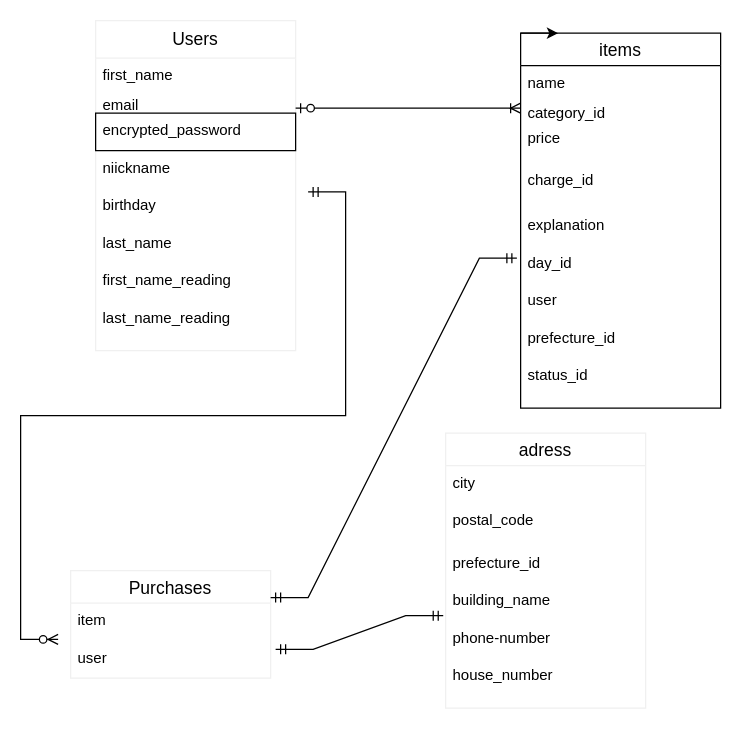
The draw.io diagram test.dio in 1090dopl/furima-37280, before the edit. Source tidied: cells renumbered, new cells numbered last; positions are measured from the earlier drawing's top-left corner, leaving out a move shared by most shapes. Both pictures are drawn from the tidied source at 125%, with x=0, y=0 at pixel (58, 20).
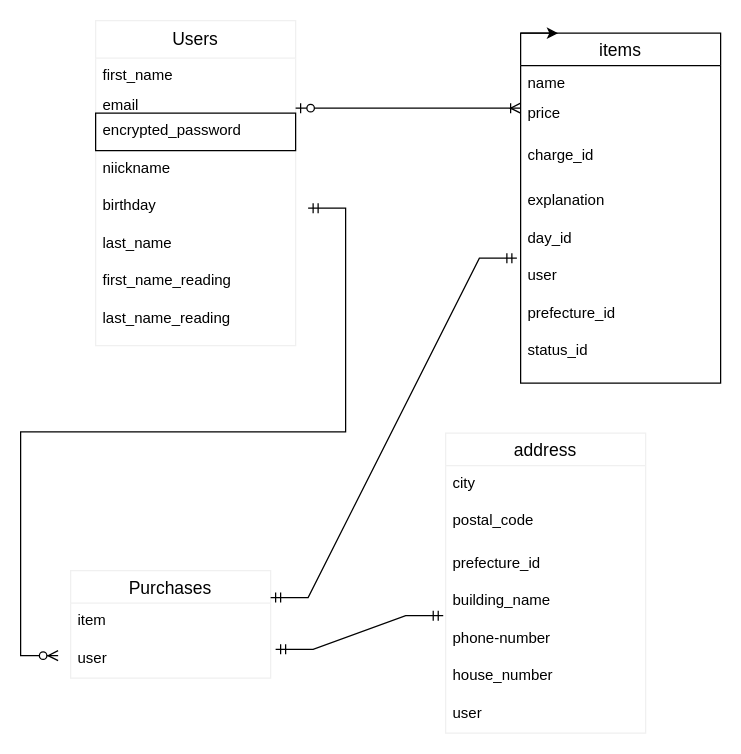
The same diagram, later.

What changed in the source:
```diff
@@
-    <mxCell id="5" value="adress" style="swimlane;fontStyle=0;horizontal=1;startSize=26;align=center;fontSize=14;strokeColor=#F0F0F0;strokeWidth=1;fillColor=none;" parent="1" vertex="1">
-      <mxGeometry x="310" y="330" width="160" height="220" as="geometry" />
+    <mxCell id="5" value="address" style="swimlane;fontStyle=0;horizontal=1;startSize=26;align=center;fontSize=14;strokeColor=#F0F0F0;strokeWidth=1;fillColor=none;" parent="1" vertex="1">
+      <mxGeometry x="310" y="330" width="160" height="240" as="geometry" />
     </mxCell>
@@
     <mxCell id="11" value="house_number" style="text;strokeColor=none;fillColor=none;spacingLeft=4;spacingRight=4;overflow=hidden;fontSize=12;" parent="5" vertex="1">
-      <mxGeometry y="180" width="160" height="40" as="geometry" />
+      <mxGeometry y="180" width="160" height="30" as="geometry" />
     </mxCell>
+    <mxCell id="36" value="user" style="text;strokeColor=none;fillColor=none;spacingLeft=4;spacingRight=4;overflow=hidden;fontSize=12;labelBackgroundColor=default;" parent="5" vertex="1">
+      <mxGeometry y="210" width="160" height="30" as="geometry" />
+    </mxCell>
     <mxCell id="12" value="Users&#10;" style="swimlane;fontStyle=0;horizontal=1;startSize=30;align=center;fontSize=14;strokeColor=#F0F0F0;strokeWidth=1;fillColor=none;verticalAlign=top;" parent="1" vertex="1">
-      <mxGeometry x="30" width="160" height="264" as="geometry" />
+      <mxGeometry x="30" width="160" height="260" as="geometry" />
     </mxCell>
@@
     <mxCell id="20" value="last_name_reading" style="text;strokeColor=none;fillColor=none;spacingLeft=4;spacingRight=4;overflow=hidden;fontSize=12;labelBackgroundColor=default;" parent="12" vertex="1">
-      <mxGeometry y="224" width="160" height="40" as="geometry" />
+      <mxGeometry y="224" width="160" height="36" as="geometry" />
     </mxCell>
-    <mxCell id="21" style="edgeStyle=entityRelationEdgeStyle;fontSize=12;html=1;endArrow=ERoneToMany;startArrow=ERzeroToOne;entryX=0;entryY=0.5;entryDx=0;entryDy=0;" parent="1" edge="1" target="25">
+    <mxCell id="21" style="edgeStyle=entityRelationEdgeStyle;fontSize=12;html=1;endArrow=ERoneToMany;startArrow=ERzeroToOne;entryX=0;entryY=0.5;entryDx=0;entryDy=0;" parent="1" edge="1">
       <mxGeometry relative="1" as="geometry">
         <mxPoint x="190" y="70" as="sourcePoint" />
+        <mxPoint x="370" y="70" as="targetPoint" />
       </mxGeometry>
     </mxCell>
@@
     <mxCell id="23" value="items" style="swimlane;fontStyle=0;horizontal=1;startSize=26;align=center;fontSize=14;labelBackgroundColor=default;strokeColor=default;strokeWidth=1;fillColor=none;" parent="1" vertex="1">
-      <mxGeometry x="370" y="10" width="160" height="300" as="geometry" />
+      <mxGeometry x="370" y="10" width="160" height="280" as="geometry" />
     </mxCell>
@@
-    <mxCell id="25" value="category_id" style="text;strokeColor=none;fillColor=none;spacingLeft=4;spacingRight=4;overflow=hidden;points=[[0,0.5],[1,0.5]];portConstraint=eastwest;fontSize=12;labelBackgroundColor=default;" parent="23" vertex="1">
-      <mxGeometry y="50" width="160" height="20" as="geometry" />
-    </mxCell>
     <mxCell id="26" value="price" style="text;strokeColor=none;fillColor=none;spacingLeft=4;spacingRight=4;overflow=hidden;fontSize=12;labelBackgroundColor=default;" parent="23" vertex="1">
-      <mxGeometry y="70" width="160" height="34" as="geometry" />
+      <mxGeometry y="50" width="160" height="34" as="geometry" />
     </mxCell>
     <mxCell id="27" value="charge_id&#10;" style="text;strokeColor=none;fillColor=none;spacingLeft=4;spacingRight=4;overflow=hidden;fontSize=12;labelBackgroundColor=default;" parent="23" vertex="1">
-      <mxGeometry y="104" width="160" height="36" as="geometry" />
+      <mxGeometry y="84" width="160" height="36" as="geometry" />
     </mxCell>
     <mxCell id="28" value="explanation" style="text;strokeColor=none;fillColor=none;spacingLeft=4;spacingRight=4;overflow=hidden;fontSize=12;labelBackgroundColor=default;" parent="23" vertex="1">
-      <mxGeometry y="140" width="160" height="30" as="geometry" />
+      <mxGeometry y="120" width="160" height="30" as="geometry" />
     </mxCell>
     <mxCell id="29" value="day_id" style="text;strokeColor=none;fillColor=none;spacingLeft=4;spacingRight=4;overflow=hidden;fontSize=12;labelBackgroundColor=default;" parent="23" vertex="1">
-      <mxGeometry y="170" width="160" height="30" as="geometry" />
+      <mxGeometry y="150" width="160" height="30" as="geometry" />
     </mxCell>
     <mxCell id="30" value="user" style="text;strokeColor=none;fillColor=none;spacingLeft=4;spacingRight=4;overflow=hidden;fontSize=12;labelBackgroundColor=default;" parent="23" vertex="1">
-      <mxGeometry y="200" width="160" height="30" as="geometry" />
+      <mxGeometry y="180" width="160" height="30" as="geometry" />
     </mxCell>
     <mxCell id="31" value="prefecture_id" style="text;strokeColor=none;fillColor=none;spacingLeft=4;spacingRight=4;overflow=hidden;fontSize=12;labelBackgroundColor=default;" parent="23" vertex="1">
-      <mxGeometry y="230" width="160" height="30" as="geometry" />
+      <mxGeometry y="210" width="160" height="30" as="geometry" />
     </mxCell>
     <mxCell id="32" value="status_id" style="text;strokeColor=none;fillColor=none;spacingLeft=4;spacingRight=4;overflow=hidden;fontSize=12;labelBackgroundColor=default;" parent="23" vertex="1">
-      <mxGeometry y="260" width="160" height="40" as="geometry" />
+      <mxGeometry y="240" width="160" height="40" as="geometry" />
     </mxCell>
@@
     <mxCell id="34" style="edgeStyle=entityRelationEdgeStyle;fontSize=12;html=1;endArrow=ERzeroToMany;startArrow=ERmandOne;targetPerimeterSpacing=1;rounded=0;" parent="1" edge="1">
       <mxGeometry relative="1" as="geometry">
-        <mxPoint x="200" y="137" as="sourcePoint" />
-        <mxPoint y="495" as="targetPoint" />
+        <mxPoint x="200" y="150" as="sourcePoint" />
+        <mxPoint y="508" as="targetPoint" />
       </mxGeometry>
     </mxCell>
```
